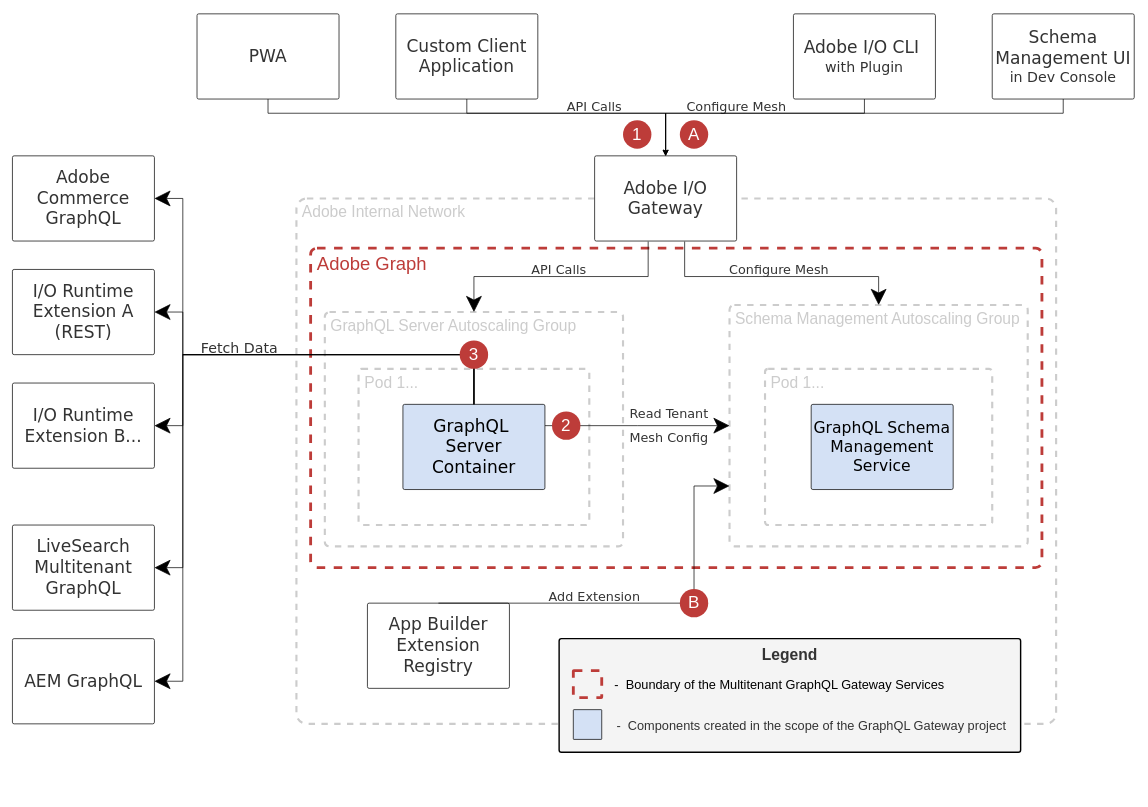
AdobeDocs/graphql-mesh-gateway keeps this draw.io diagram as src/pages/guides/images/adobe-graph-architecture.drawio. Above is the earlier version. Source tidied: cells renumbered, new cells numbered last; positions are measured from the earlier drawing's top-left corner, leaving out a move shared by most shapes. Both pictures are drawn from the tidied source at 71%, with x=0, y=0 at pixel (12, 13).
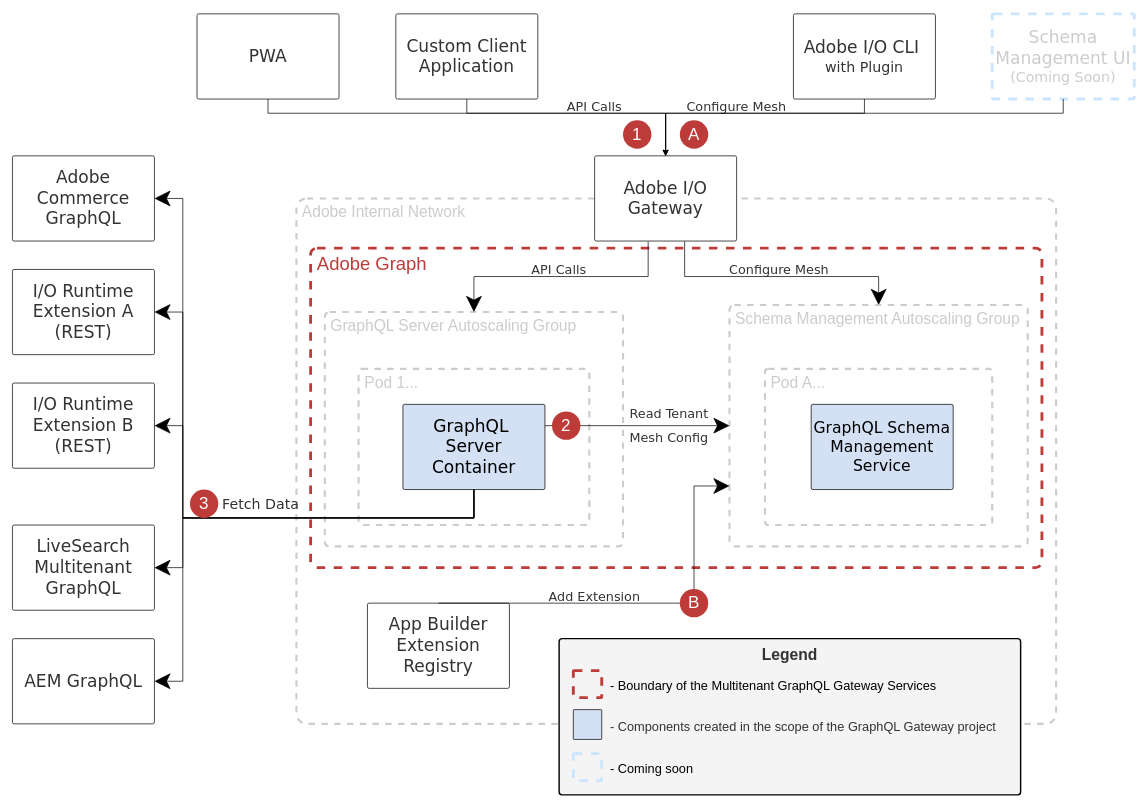
After the change.

Commit message (it also covers changes not shown here):
Modifying Architecture diagram and TOC location

Unchanged cells that the change refers to:
```xml
<mxCell id="20" value="&lt;div&gt;&lt;font style=&quot;font-size: 24px&quot;&gt;GraphQL&amp;nbsp;&lt;/font&gt;&lt;/div&gt;&lt;div&gt;&lt;font style=&quot;font-size: 24px&quot;&gt;Server Container&lt;/font&gt;&lt;/div&gt;" style="rounded=1;whiteSpace=wrap;html=1;arcSize=2;fillColor=#D4E1F5;strokeColor=#000000;fontFamily=Verdana;fontSize=13;perimeter=rectanglePerimeter;shadow=0;align=center;" parent="1" vertex="1">
  <mxGeometry x="550" y="550" width="200" height="120" as="geometry" />
</mxCell>
<mxCell id="24" value="&lt;div&gt;&lt;font style=&quot;font-size: 24px&quot;&gt;I/O Runtime Extension A&lt;/font&gt;&lt;/div&gt;&lt;div&gt;&lt;font style=&quot;font-size: 24px&quot;&gt;(REST)&lt;/font&gt;&lt;/div&gt;" style="rounded=1;whiteSpace=wrap;html=1;arcSize=2;fillColor=none;strokeColor=#000000;fontFamily=Verdana;fontSize=13;perimeter=rectanglePerimeter;shadow=0;fontColor=#333333;align=center;" parent="1" vertex="1">
  <mxGeometry y="360" width="200" height="120" as="geometry" />
</mxCell>
<mxCell id="28" value="&lt;div&gt;&lt;font style=&quot;font-size: 24px&quot;&gt;LiveSearch&lt;/font&gt;&lt;/div&gt;&lt;div&gt;&lt;font style=&quot;font-size: 24px&quot;&gt;Multitenant&lt;/font&gt;&lt;/div&gt;&lt;div&gt;&lt;font style=&quot;font-size: 24px&quot;&gt;GraphQL&lt;/font&gt;&lt;/div&gt;" style="rounded=1;whiteSpace=wrap;html=1;arcSize=2;fillColor=none;strokeColor=#000000;fontFamily=Verdana;fontSize=13;perimeter=rectanglePerimeter;shadow=0;fontColor=#333333;align=center;" parent="1" vertex="1">
  <mxGeometry y="720" width="200" height="120" as="geometry" />
</mxCell>
<mxCell id="30" value="&lt;div&gt;&lt;font style=&quot;font-size: 24px&quot;&gt;AEM GraphQL&lt;/font&gt;&lt;/div&gt;" style="rounded=1;whiteSpace=wrap;html=1;arcSize=2;fillColor=none;strokeColor=#000000;fontFamily=Verdana;fontSize=13;perimeter=rectanglePerimeter;shadow=0;fontColor=#333333;align=center;" parent="1" vertex="1">
  <mxGeometry y="880" width="200" height="120" as="geometry" />
</mxCell>
<mxCell id="32" value="&lt;div&gt;&lt;font style=&quot;font-size: 24px&quot;&gt;Adobe Commerce GraphQL&lt;/font&gt;&lt;/div&gt;" style="rounded=1;whiteSpace=wrap;html=1;arcSize=2;fillColor=none;strokeColor=#000000;fontFamily=Verdana;fontSize=13;perimeter=rectanglePerimeter;shadow=0;fontColor=#333333;align=center;" parent="1" vertex="1">
  <mxGeometry y="200" width="200" height="120" as="geometry" />
</mxCell>
```

Change to the diagram source:
```diff
@@
-    <mxCell id="5" value=" Pod 1..." style="rounded=1;arcSize=2;fillColor=default;strokeColor=#CCCCCC;fontFamily=Helvetica;fontSize=22;perimeter=rectanglePerimeter;shadow=0;fontColor=#CCCCCC;dashed=1;align=left;verticalAlign=top;whiteSpace=wrap;strokeWidth=3;" parent="1" vertex="1">
+    <mxCell id="5" value=" Pod A..." style="rounded=1;arcSize=2;fillColor=default;strokeColor=#CCCCCC;fontFamily=Helvetica;fontSize=22;perimeter=rectanglePerimeter;shadow=0;fontColor=#CCCCCC;dashed=1;align=left;verticalAlign=top;whiteSpace=wrap;strokeWidth=3;" parent="1" vertex="1">
       <mxGeometry x="1060" y="500" width="320" height="220" as="geometry" />
     </mxCell>
@@
-    <mxCell id="17" value="&lt;div&gt;&lt;font style=&quot;font-size: 24px&quot;&gt;Schema Management UI&lt;/font&gt;&lt;/div&gt;&lt;div&gt;&lt;font style=&quot;font-size: 20px&quot;&gt;in Dev Console&lt;/font&gt;&lt;/div&gt;" style="rounded=1;whiteSpace=wrap;html=1;arcSize=2;fillColor=none;strokeColor=#000000;fontFamily=Verdana;fontSize=13;perimeter=rectanglePerimeter;shadow=0;fontColor=#333333;align=center;" parent="1" vertex="1">
+    <mxCell id="17" value="&lt;div&gt;&lt;font style=&quot;font-size: 24px&quot; color=&quot;#cccccc&quot;&gt;Schema Management UI&lt;/font&gt;&lt;/div&gt;&lt;div&gt;&lt;span style=&quot;font-size: 20px ; color: rgb(204 , 204 , 204)&quot;&gt;(Coming Soon)&lt;/span&gt;&lt;br&gt;&lt;/div&gt;" style="rounded=1;whiteSpace=wrap;html=1;arcSize=2;fillColor=none;strokeColor=#CCE5FF;fontFamily=Verdana;fontSize=13;perimeter=rectanglePerimeter;shadow=0;fontColor=#333333;align=center;dashed=1;strokeWidth=4;" parent="1" vertex="1">
       <mxGeometry x="1380" width="200" height="120" as="geometry" />
     </mxCell>
     <mxCell id="18" style="edgeStyle=orthogonalEdgeStyle;rounded=0;jettySize=auto;html=1;exitX=0.5;exitY=0;exitDx=0;exitDy=0;entryX=1;entryY=0.5;entryDx=0;entryDy=0;endSize=20;" parent="1" edge="1" source="20" target="24">
       <mxGeometry relative="1" as="geometry">
         <Array as="points">
-          <mxPoint x="650" y="480" />
-          <mxPoint x="240" y="480" />
+          <mxPoint x="650" y="710" />
+          <mxPoint x="240" y="710" />
           <mxPoint x="240" y="420" />
         </Array>
       </mxGeometry>
     </mxCell>
@@
-    <mxCell id="25" style="edgeStyle=orthogonalEdgeStyle;rounded=0;jettySize=auto;html=1;exitX=1;exitY=0.5;exitDx=0;exitDy=0;startArrow=classic;startFill=1;endArrow=none;endFill=0;entryX=0.5;entryY=0;entryDx=0;entryDy=0;endSize=20;startSize=20;" parent="1" edge="1" source="26" target="20">
+    <mxCell id="25" style="edgeStyle=orthogonalEdgeStyle;rounded=0;jettySize=auto;html=1;exitX=1;exitY=0.5;exitDx=0;exitDy=0;startArrow=classic;startFill=1;endArrow=none;endFill=0;endSize=20;startSize=20;" parent="1" edge="1" source="26">
       <mxGeometry relative="1" as="geometry">
+        <mxPoint x="650" y="670" as="targetPoint" />
         <Array as="points">
           <mxPoint x="240" y="580" />
-          <mxPoint x="240" y="480" />
-          <mxPoint x="650" y="480" />
+          <mxPoint x="240" y="710" />
+          <mxPoint x="650" y="710" />
         </Array>
       </mxGeometry>
     </mxCell>
-    <mxCell id="26" value="&lt;div&gt;&lt;font style=&quot;font-size: 24px&quot;&gt;I/O Runtime Extension B...&lt;/font&gt;&lt;/div&gt;" style="rounded=1;whiteSpace=wrap;html=1;arcSize=2;fillColor=none;strokeColor=#000000;fontFamily=Verdana;fontSize=13;perimeter=rectanglePerimeter;shadow=0;fontColor=#333333;align=center;" parent="1" vertex="1">
+    <mxCell id="26" value="&lt;div&gt;&lt;font style=&quot;font-size: 24px&quot;&gt;I/O Runtime Extension B&lt;/font&gt;&lt;/div&gt;&lt;div&gt;&lt;font style=&quot;font-size: 24px&quot;&gt;(REST)&lt;br&gt;&lt;/font&gt;&lt;/div&gt;" style="rounded=1;whiteSpace=wrap;html=1;arcSize=2;fillColor=none;strokeColor=#000000;fontFamily=Verdana;fontSize=13;perimeter=rectanglePerimeter;shadow=0;fontColor=#333333;align=center;" parent="1" vertex="1">
       <mxGeometry y="520" width="200" height="120" as="geometry" />
     </mxCell>
-    <mxCell id="27" style="edgeStyle=orthogonalEdgeStyle;rounded=0;jettySize=auto;html=1;exitX=1;exitY=0.5;exitDx=0;exitDy=0;entryX=0.5;entryY=0;entryDx=0;entryDy=0;startArrow=classic;startFill=1;endArrow=none;endFill=0;endSize=20;startSize=20;" parent="1" edge="1" source="28" target="20">
+    <mxCell id="27" style="edgeStyle=orthogonalEdgeStyle;rounded=0;jettySize=auto;html=1;exitX=1;exitY=0.5;exitDx=0;exitDy=0;startArrow=classic;startFill=1;endArrow=none;endFill=0;endSize=20;startSize=20;" parent="1" edge="1" source="28">
       <mxGeometry relative="1" as="geometry">
+        <mxPoint x="650" y="670" as="targetPoint" />
         <Array as="points">
           <mxPoint x="240" y="780" />
-          <mxPoint x="240" y="480" />
-          <mxPoint x="650" y="480" />
+          <mxPoint x="240" y="710" />
+          <mxPoint x="650" y="710" />
         </Array>
       </mxGeometry>
     </mxCell>
@@
-    <mxCell id="29" style="edgeStyle=orthogonalEdgeStyle;rounded=0;jettySize=auto;html=1;exitX=1;exitY=0.5;exitDx=0;exitDy=0;entryX=0.5;entryY=0;entryDx=0;entryDy=0;startArrow=classic;startFill=1;endArrow=none;endFill=0;endSize=20;startSize=20;" parent="1" edge="1" source="30" target="20">
+    <mxCell id="29" style="edgeStyle=orthogonalEdgeStyle;rounded=0;jettySize=auto;html=1;exitX=1;exitY=0.5;exitDx=0;exitDy=0;startArrow=classic;startFill=1;endArrow=none;endFill=0;endSize=20;startSize=20;" parent="1" edge="1" source="30">
       <mxGeometry relative="1" as="geometry">
+        <mxPoint x="650" y="670" as="targetPoint" />
         <Array as="points">
           <mxPoint x="240" y="940" />
-          <mxPoint x="240" y="480" />
-          <mxPoint x="650" y="480" />
+          <mxPoint x="240" y="710" />
+          <mxPoint x="650" y="710" />
         </Array>
       </mxGeometry>
     </mxCell>
@@
-    <mxCell id="31" style="edgeStyle=orthogonalEdgeStyle;rounded=0;jettySize=auto;html=1;exitX=1;exitY=0.5;exitDx=0;exitDy=0;entryX=0.5;entryY=0;entryDx=0;entryDy=0;startArrow=classic;startFill=1;endArrow=none;endFill=0;endSize=20;startSize=20;" parent="1" edge="1" source="32" target="20">
+    <mxCell id="31" style="edgeStyle=orthogonalEdgeStyle;rounded=0;jettySize=auto;html=1;exitX=1;exitY=0.5;exitDx=0;exitDy=0;entryX=0.5;entryY=1;entryDx=0;entryDy=0;startArrow=classic;startFill=1;endArrow=none;endFill=0;endSize=20;startSize=20;" parent="1" edge="1" source="32" target="20">
       <mxGeometry relative="1" as="geometry">
         <Array as="points">
           <mxPoint x="240" y="260" />
-          <mxPoint x="240" y="480" />
-          <mxPoint x="650" y="480" />
+          <mxPoint x="240" y="710" />
+          <mxPoint x="650" y="710" />
         </Array>
       </mxGeometry>
     </mxCell>
@@
     <mxCell id="33" value="&lt;div&gt;&lt;font style=&quot;font-size: 20px&quot;&gt;Fetch Data&lt;/font&gt;&lt;/div&gt;" style="rounded=1;whiteSpace=wrap;html=1;arcSize=2;fillColor=none;strokeColor=none;fontFamily=Verdana;fontSize=13;perimeter=rectanglePerimeter;shadow=0;fontColor=#333333;align=center;" parent="1" vertex="1">
-      <mxGeometry x="220" y="450" width="200" height="40" as="geometry" />
+      <mxGeometry x="250" y="670" width="200" height="40" as="geometry" />
     </mxCell>
@@
     <mxCell id="46" value="&lt;div style=&quot;text-align: center&quot;&gt;&lt;font style=&quot;line-height: 100% ; font-size: 24px&quot;&gt;3&lt;/font&gt;&lt;/div&gt;" style="ellipse;whiteSpace=wrap;html=1;fillColor=#BD3C39;fontFamily=Helvetica;align=center;strokeColor=none;fontSize=14;verticalAlign=middle;horizontal=1;spacingTop=0;spacingRight=0;spacingLeft=0;fontColor=#FFFFFF;spacing=0;labelPosition=center;verticalLabelPosition=middle;spacingBottom=2;dashed=1;" parent="1" vertex="1">
-      <mxGeometry x="630" y="460" width="40" height="40" as="geometry" />
+      <mxGeometry x="250" y="670" width="40" height="40" as="geometry" />
     </mxCell>
@@
     <mxCell id="48" value="&lt;div style=&quot;text-align: left&quot;&gt;&lt;font style=&quot;font-size: 22px&quot;&gt;Legend&lt;/font&gt;&lt;/div&gt;" style="rounded=1;whiteSpace=wrap;html=1;arcSize=2;fillColor=#f4f4f4;strokeColor=#000000;fontFamily=Helvetica;fontSize=26;perimeter=rectanglePerimeter;shadow=0;fontColor=#333333;strokeWidth=2;verticalAlign=top;fontStyle=1;" parent="1" vertex="1">
-      <mxGeometry x="770" y="880" width="650" height="160" as="geometry" />
+      <mxGeometry x="770" y="880" width="650" height="220" as="geometry" />
     </mxCell>
-    <mxCell id="49" value="&lt;font color=&quot;#000000&quot; style=&quot;font-size: 18px&quot;&gt;-&amp;nbsp; Boundary of the Multitenant GraphQL Gateway Services&lt;/font&gt;" style="text;html=1;align=center;verticalAlign=middle;strokeColor=none;fillColor=none;fontSize=26;fontColor=#BD3C39;" parent="1" vertex="1">
-      <mxGeometry x="840" y="923.1" width="480" height="40" as="geometry" />
+    <mxCell id="49" value="&lt;font color=&quot;#000000&quot; style=&quot;font-size: 18px&quot;&gt;- Boundary of the Multitenant GraphQL Gateway Services&lt;/font&gt;" style="text;html=1;align=left;verticalAlign=middle;strokeColor=none;fillColor=none;fontSize=26;fontColor=#BD3C39;" parent="1" vertex="1">
+      <mxGeometry x="840" y="924.1" width="480" height="40" as="geometry" />
     </mxCell>
@@
-    <mxCell id="51" value="&lt;span data-lucid-content=&quot;{&amp;#34;t&amp;#34;:&amp;#34;Components that are implemented/modified in the scope of GraphQL Gateway project&amp;#34;,&amp;#34;m&amp;#34;:[{&amp;#34;s&amp;#34;:0,&amp;#34;n&amp;#34;:&amp;#34;a&amp;#34;,&amp;#34;v&amp;#34;:&amp;#34;left&amp;#34;},{&amp;#34;s&amp;#34;:0,&amp;#34;n&amp;#34;:&amp;#34;s&amp;#34;,&amp;#34;v&amp;#34;:22.22222222222222,&amp;#34;e&amp;#34;:80},{&amp;#34;s&amp;#34;:0,&amp;#34;n&amp;#34;:&amp;#34;c&amp;#34;,&amp;#34;v&amp;#34;:&amp;#34;333333ff&amp;#34;,&amp;#34;e&amp;#34;:80}]}&quot;&gt;&lt;span style=&quot;text-align: left ; color: rgb(51 , 51 , 51)&quot;&gt;&lt;font style=&quot;font-size: 18px&quot;&gt;-&amp;nbsp; Components created in the scope of the GraphQL Gateway project&lt;/font&gt;&lt;/span&gt;&lt;/span&gt;" style="text;html=1;align=center;verticalAlign=middle;strokeColor=none;fillColor=none;fontSize=26;fontColor=#000000;" parent="1" vertex="1">
-      <mxGeometry x="845" y="980" width="560" height="40" as="geometry" />
+    <mxCell id="51" value="&lt;span data-lucid-content=&quot;{&amp;#34;t&amp;#34;:&amp;#34;Components that are implemented/modified in the scope of GraphQL Gateway project&amp;#34;,&amp;#34;m&amp;#34;:[{&amp;#34;s&amp;#34;:0,&amp;#34;n&amp;#34;:&amp;#34;a&amp;#34;,&amp;#34;v&amp;#34;:&amp;#34;left&amp;#34;},{&amp;#34;s&amp;#34;:0,&amp;#34;n&amp;#34;:&amp;#34;s&amp;#34;,&amp;#34;v&amp;#34;:22.22222222222222,&amp;#34;e&amp;#34;:80},{&amp;#34;s&amp;#34;:0,&amp;#34;n&amp;#34;:&amp;#34;c&amp;#34;,&amp;#34;v&amp;#34;:&amp;#34;333333ff&amp;#34;,&amp;#34;e&amp;#34;:80}]}&quot;&gt;&lt;span style=&quot;color: rgb(51 , 51 , 51)&quot;&gt;&lt;font style=&quot;font-size: 18px&quot;&gt;- Components created in the scope of the GraphQL Gateway project&lt;/font&gt;&lt;/span&gt;&lt;/span&gt;" style="text;html=1;align=left;verticalAlign=middle;strokeColor=none;fillColor=none;fontSize=26;fontColor=#000000;" parent="1" vertex="1">
+      <mxGeometry x="840" y="980.9" width="560" height="40" as="geometry" />
     </mxCell>
@@
+    <mxCell id="53" value="&lt;font color=&quot;#000000&quot; style=&quot;font-size: 18px&quot;&gt;- Coming soon&lt;/font&gt;" style="text;html=1;align=left;verticalAlign=middle;strokeColor=none;fillColor=none;fontSize=26;fontColor=#BD3C39;" parent="1" vertex="1">
+      <mxGeometry x="840" y="1040.9" width="130" height="40" as="geometry" />
+    </mxCell>
+    <mxCell id="54" style="rounded=1;arcSize=2;fontFamily=Helvetica;fontSize=27;perimeter=rectanglePerimeter;shadow=0;dashed=1;align=left;verticalAlign=top;whiteSpace=wrap;strokeWidth=4;fillColor=none;strokeColor=#CCE5FF;fontColor=#BD3C39;" parent="1" vertex="1">
+      <mxGeometry x="790" y="1041.9" width="40" height="38.1" as="geometry" />
+    </mxCell>
```
